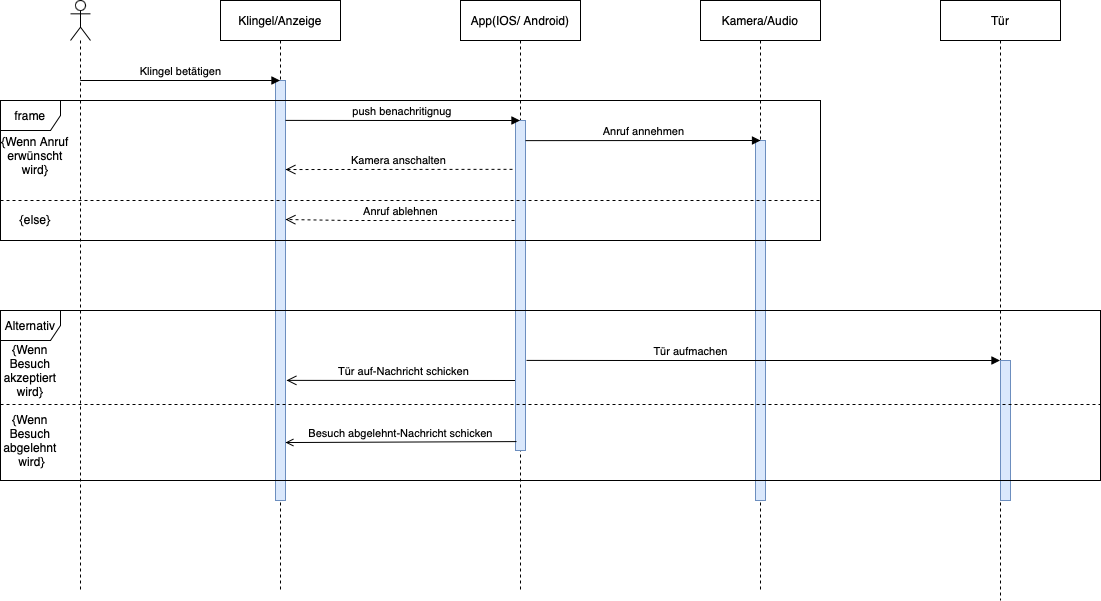
This is Semesterprojekt/assets/img/Klingeln bei Mehrfamilienhaus(Sequenzdiagram).drawio.png from WHS-SWT-P35-WiSe22-23/praktikum, a draw.io export, as it was before one commit. Source tidied: cells renumbered, new cells last; positions are measured from the earlier drawing's top-left corner, leaving out a move shared by most shapes. Source of this version:
```xml
<mxGraphModel>
  <root>
    <mxCell id="0" />
    <mxCell id="1" parent="0" />
    <mxCell id="2" style="shape=umlLifeline;participant=umlActor;perimeter=lifelinePerimeter;whiteSpace=wrap;html=1;verticalAlign=top;spacingTop=36;" parent="1" vertex="1">
      <mxGeometry x="70" width="20" height="590" as="geometry" />
    </mxCell>
    <mxCell id="3" value="Klingel/Anzeige" style="shape=umlLifeline;perimeter=lifelinePerimeter;whiteSpace=wrap;html=1;outlineConnect=0;" parent="1" vertex="1">
      <mxGeometry x="220" width="120" height="590" as="geometry" />
    </mxCell>
    <mxCell id="4" value="Tür auf-Nachricht schicken" style="html=1;verticalAlign=bottom;endArrow=open;endSize=8;rounded=0;entryX=1.1;entryY=0.714;entryDx=0;entryDy=0;entryPerimeter=0;" parent="3" edge="1" target="5">
      <mxGeometry relative="1" as="geometry">
        <mxPoint x="300" y="380" as="sourcePoint" />
      </mxGeometry>
    </mxCell>
    <mxCell id="5" style="html=1;points=[];perimeter=orthogonalPerimeter;fillColor=#dae8fc;strokeColor=#6c8ebf;" parent="3" vertex="1">
      <mxGeometry x="55" y="80" width="10" height="420" as="geometry" />
    </mxCell>
    <mxCell id="6" value="App(IOS/ Android)" style="shape=umlLifeline;perimeter=lifelinePerimeter;whiteSpace=wrap;html=1;outlineConnect=0;" parent="1" vertex="1">
      <mxGeometry x="460" width="120" height="590" as="geometry" />
    </mxCell>
    <mxCell id="7" style="html=1;points=[];perimeter=orthogonalPerimeter;fillColor=#dae8fc;strokeColor=#6c8ebf;" parent="6" vertex="1">
      <mxGeometry x="55" y="120" width="10" height="330" as="geometry" />
    </mxCell>
    <mxCell id="8" value="Kamera/Audio" style="shape=umlLifeline;perimeter=lifelinePerimeter;whiteSpace=wrap;html=1;" parent="1" vertex="1">
      <mxGeometry x="700" width="120" height="590" as="geometry" />
    </mxCell>
    <mxCell id="9" style="html=1;perimeter=orthogonalPerimeter;fillColor=#dae8fc;strokeColor=#6c8ebf;" parent="8" vertex="1">
      <mxGeometry x="55" y="140" width="10" height="360" as="geometry" />
    </mxCell>
    <mxCell id="10" value="Tür" style="shape=umlLifeline;perimeter=lifelinePerimeter;whiteSpace=wrap;html=1;outlineConnect=0;" parent="1" vertex="1">
      <mxGeometry x="940" width="120" height="600" as="geometry" />
    </mxCell>
    <mxCell id="11" style="html=1;perimeter=orthogonalPerimeter;fillColor=#dae8fc;strokeColor=#6c8ebf;" parent="10" vertex="1">
      <mxGeometry x="60" y="360" width="10" height="140" as="geometry" />
    </mxCell>
    <mxCell id="12" value="Klingel betätigen" style="html=1;verticalAlign=bottom;endArrow=block;rounded=0;startArrow=none;" parent="1" edge="1" target="3">
      <mxGeometry relative="1" as="geometry">
        <mxPoint x="80" y="80" as="sourcePoint" />
      </mxGeometry>
    </mxCell>
    <mxCell id="13" value="push benachritignug&amp;nbsp;" style="html=1;verticalAlign=bottom;endArrow=block;rounded=0;exitX=1;exitY=0.095;exitDx=0;exitDy=0;exitPerimeter=0;" parent="1" edge="1" source="5" target="6">
      <mxGeometry relative="1" as="geometry">
        <Array as="points">
          <mxPoint x="400" y="120" />
        </Array>
      </mxGeometry>
    </mxCell>
    <mxCell id="14" value="Anruf annehmen" style="html=1;verticalAlign=bottom;endArrow=block;rounded=0;exitX=1;exitY=0.061;exitDx=0;exitDy=0;exitPerimeter=0;" parent="1" edge="1" source="7">
      <mxGeometry relative="1" as="geometry">
        <mxPoint x="760" y="140" as="targetPoint" />
      </mxGeometry>
    </mxCell>
    <mxCell id="15" style="line;strokeWidth=1;fillColor=none;align=left;verticalAlign=middle;spacingTop=-1;spacingLeft=3;spacingRight=3;labelPosition=right;strokeColor=inherit;dashed=1;" parent="1" vertex="1">
      <mxGeometry y="196" width="820" height="8" as="geometry" />
    </mxCell>
    <mxCell id="16" value="{Wenn Anruf erwünscht wird}" style="text;html=1;strokeColor=none;fillColor=none;align=center;verticalAlign=middle;whiteSpace=wrap;rounded=0;dashed=1;" parent="1" vertex="1">
      <mxGeometry y="140" width="70" height="30" as="geometry" />
    </mxCell>
    <mxCell id="17" value="{else}" style="text;html=1;strokeColor=none;fillColor=none;align=center;verticalAlign=middle;whiteSpace=wrap;rounded=0;dashed=1;" parent="1" vertex="1">
      <mxGeometry y="204" width="70" height="30" as="geometry" />
    </mxCell>
    <mxCell id="18" value="Kamera anschalten" style="html=1;verticalAlign=bottom;endArrow=open;dashed=1;endSize=8;rounded=0;entryX=1;entryY=0.212;entryDx=0;entryDy=0;entryPerimeter=0;exitX=-0.3;exitY=0.148;exitDx=0;exitDy=0;exitPerimeter=0;" parent="1" edge="1" source="7" target="5">
      <mxGeometry relative="1" as="geometry" />
    </mxCell>
    <mxCell id="19" value="Tür aufmachen" style="html=1;verticalAlign=bottom;endArrow=block;rounded=0;exitX=1.1;exitY=0.727;exitDx=0;exitDy=0;exitPerimeter=0;" parent="1" edge="1" source="7" target="10">
      <mxGeometry x="-0.31" relative="1" as="geometry">
        <Array as="points">
          <mxPoint x="640" y="360" />
        </Array>
      </mxGeometry>
    </mxCell>
    <mxCell id="20" value="Besuch abgelehnt-Nachricht schicken" style="html=1;verticalAlign=bottom;endArrow=open;rounded=0;exitX=0.1;exitY=0.973;exitDx=0;exitDy=0;exitPerimeter=0;entryX=1;entryY=0.862;entryDx=0;entryDy=0;entryPerimeter=0;" parent="1" edge="1" source="7" target="5">
      <mxGeometry relative="1" as="geometry" />
    </mxCell>
    <mxCell id="21" value="Alternativ" style="shape=umlFrame;whiteSpace=wrap;html=1;" parent="1" vertex="1">
      <mxGeometry y="310" width="1100" height="170" as="geometry" />
    </mxCell>
    <mxCell id="22" style="line;strokeWidth=1;fillColor=none;align=left;verticalAlign=middle;spacingTop=-1;spacingLeft=3;spacingRight=3;labelPosition=right;strokeColor=inherit;dashed=1;" parent="1" vertex="1">
      <mxGeometry y="400" width="1100" height="8" as="geometry" />
    </mxCell>
    <mxCell id="23" value="{Wenn Besuch akzeptiert wird}" style="text;html=1;strokeColor=none;fillColor=none;align=center;verticalAlign=middle;whiteSpace=wrap;rounded=0;dashed=1;" parent="1" vertex="1">
      <mxGeometry y="360" width="60" height="20" as="geometry" />
    </mxCell>
    <mxCell id="24" value="{Wenn Besuch abgelehnt &amp;nbsp;wird}" style="text;html=1;strokeColor=none;fillColor=none;align=center;verticalAlign=middle;whiteSpace=wrap;rounded=0;dashed=1;" parent="1" vertex="1">
      <mxGeometry y="430" width="60" height="20" as="geometry" />
    </mxCell>
    <mxCell id="25" style="html=1;verticalAlign=bottom;endArrow=none;rounded=0;" parent="1" edge="1">
      <mxGeometry relative="1" as="geometry">
        <mxPoint x="80" y="80" as="sourcePoint" />
        <mxPoint x="90" y="80" as="targetPoint" />
      </mxGeometry>
    </mxCell>
    <mxCell id="26" value="Anruf ablehnen" style="html=1;verticalAlign=bottom;endArrow=open;dashed=1;endSize=8;rounded=0;exitX=-0.1;exitY=0.303;exitDx=0;exitDy=0;exitPerimeter=0;entryX=1;entryY=0.331;entryDx=0;entryDy=0;entryPerimeter=0;" parent="1" edge="1" source="7" target="5">
      <mxGeometry relative="1" as="geometry">
        <Array as="points">
          <mxPoint x="350" y="220" />
        </Array>
      </mxGeometry>
    </mxCell>
    <mxCell id="27" value="frame" style="shape=umlFrame;whiteSpace=wrap;html=1;" parent="1" vertex="1">
      <mxGeometry y="100" width="820" height="140" as="geometry" />
    </mxCell>
  </root>
</mxGraphModel>
```
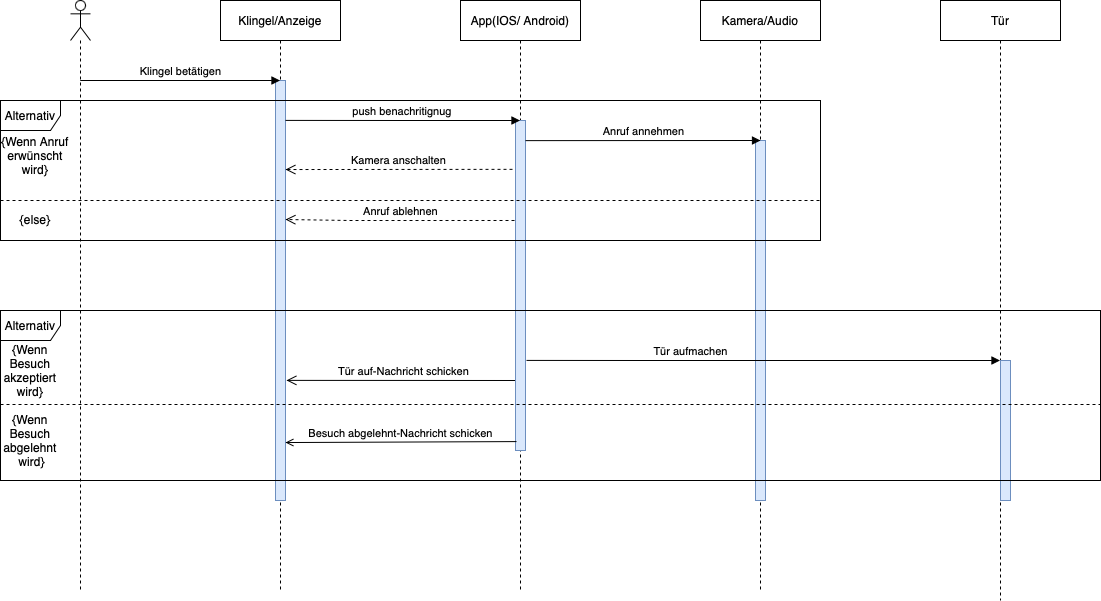
After the commit.

Change to the diagram source:
```diff
@@ -98,7 +98,7 @@
         </Array>
       </mxGeometry>
     </mxCell>
-    <mxCell id="27" value="frame" style="shape=umlFrame;whiteSpace=wrap;html=1;" parent="1" vertex="1">
+    <mxCell id="27" value="Alternativ" style="shape=umlFrame;whiteSpace=wrap;html=1;" parent="1" vertex="1">
       <mxGeometry y="100" width="820" height="140" as="geometry" />
     </mxCell>
   </root>
```
